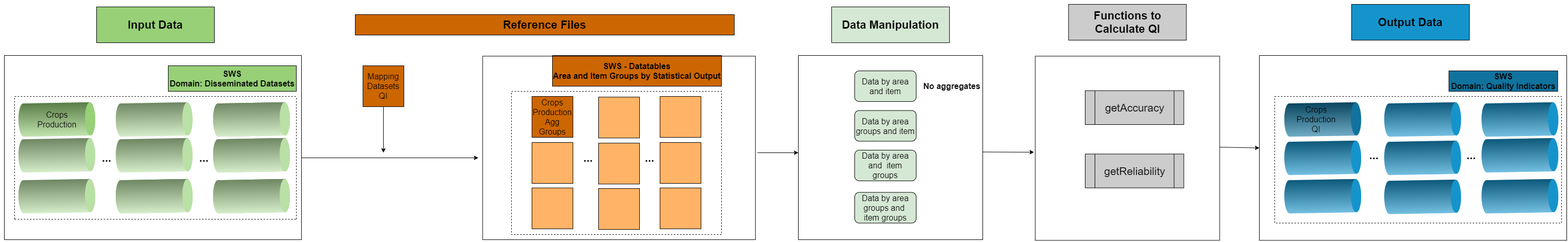
The draw.io diagram images/workflow_plugin_qi.png in SWS-Methodology/faoswsQualityIndicators, before a commit. Source tidied: cells renumbered, new cells last; positions are measured from the earlier drawing's top-left corner, leaving out a move shared by most shapes.
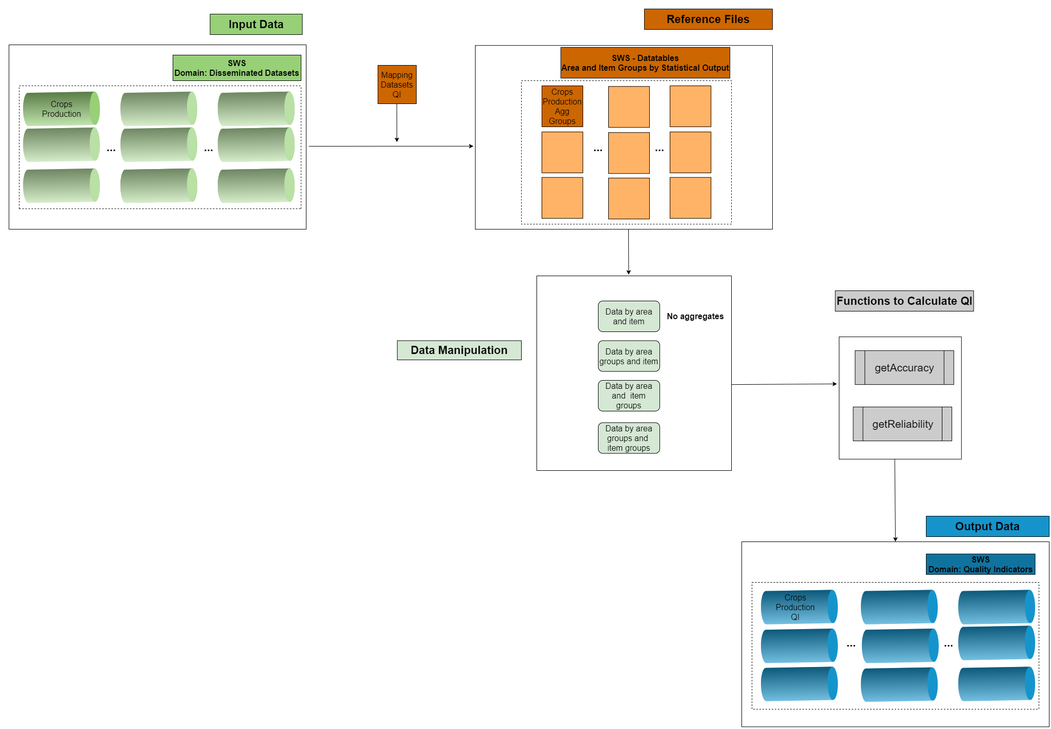
Above is the later version.

What changed in the source:
```diff
@@ -98,16 +98,16 @@
       <mxGeometry x="320" y="140" width="250" height="50" as="geometry" />
     </mxCell>
     <mxCell id="26" value="&lt;b style=&quot;font-size: 16px&quot;&gt;SWS - Datatables&lt;br&gt;Area and Item Groups by Statistical Output&lt;br&gt;&lt;/b&gt;" style="text;html=1;strokeColor=#000000;align=center;verticalAlign=middle;whiteSpace=wrap;rounded=0;fillColor=#CC6600;" parent="1" vertex="1">
-      <mxGeometry x="1070" y="120" width="330" height="60" as="geometry" />
+      <mxGeometry x="1076.9" y="125" width="330" height="60" as="geometry" />
     </mxCell>
     <mxCell id="27" style="rounded=0;whiteSpace=wrap;html=1;dashed=1;fillColor=none;" parent="1" vertex="1">
-      <mxGeometry x="990" y="190" width="410" height="280" as="geometry" />
+      <mxGeometry x="1000" y="190" width="410" height="280" as="geometry" />
     </mxCell>
     <mxCell id="28" value="&lt;b&gt;&lt;font style=&quot;font-size: 22px&quot;&gt;Input Data&lt;/font&gt;&lt;/b&gt;" style="rounded=0;whiteSpace=wrap;html=1;fillColor=#97D077;" parent="1" vertex="1">
-      <mxGeometry x="180" y="25" width="230" height="70" as="geometry" />
+      <mxGeometry x="392.5" y="60" width="180" height="40" as="geometry" />
     </mxCell>
     <mxCell id="29" value="&lt;font style=&quot;font-size: 16px&quot;&gt;Crops Production Agg Groups&lt;/font&gt;" style="whiteSpace=wrap;html=1;fillColor=#CC6600;" parent="1" vertex="1">
-      <mxGeometry x="1030" y="200" width="80" height="80" as="geometry" />
+      <mxGeometry x="1040" y="200" width="80" height="80" as="geometry" />
     </mxCell>
     <mxCell id="30" style="verticalLabelPosition=bottom;verticalAlign=top;html=1;shape=mxgraph.infographic.cylinder;strokeColor=none;rotation=89;fillColor=#B9E0A5;" parent="1" vertex="1">
       <mxGeometry x="450" y="170" width="65" height="150" as="geometry" />
@@ -122,155 +122,154 @@
       <mxGeometry x="260" y="320" width="65" height="150" as="geometry" />
     </mxCell>
     <mxCell id="34" value="&lt;font style=&quot;font-size: 22px&quot;&gt;&lt;b&gt;...&lt;/b&gt;&lt;/font&gt;" style="text;html=1;strokeColor=none;fillColor=none;align=center;verticalAlign=middle;whiteSpace=wrap;rounded=0;" parent="1" vertex="1">
-      <mxGeometry x="1120" y="310" width="40" height="20" as="geometry" />
+      <mxGeometry x="1130" y="310" width="40" height="20" as="geometry" />
     </mxCell>
     <mxCell id="35" value="&lt;font style=&quot;font-size: 22px&quot;&gt;&lt;b&gt;...&lt;/b&gt;&lt;/font&gt;" style="text;html=1;strokeColor=none;fillColor=none;align=center;verticalAlign=middle;whiteSpace=wrap;rounded=0;" parent="1" vertex="1">
-      <mxGeometry x="1240" y="310" width="40" height="20" as="geometry" />
+      <mxGeometry x="1250" y="310" width="40" height="20" as="geometry" />
     </mxCell>
     <mxCell id="36" style="rounded=0;whiteSpace=wrap;html=1;fillColor=none;" parent="1" vertex="1">
-      <mxGeometry x="933.8" y="121.2" width="532.5" height="358.8" as="geometry" />
+      <mxGeometry x="910" y="121.2" width="580" height="358.8" as="geometry" />
     </mxCell>
     <mxCell id="37" value="&lt;font style=&quot;font-size: 16px&quot;&gt;Mapping Datasets QI&lt;/font&gt;" style="whiteSpace=wrap;html=1;strokeWidth=1;fillColor=#CC6600;" parent="1" vertex="1">
-      <mxGeometry x="700" y="140" width="80" height="80" as="geometry" />
+      <mxGeometry x="720" y="160" width="75" height="75" as="geometry" />
     </mxCell>
-    <mxCell id="38" style="endArrow=classic;html=1;" parent="1" edge="1">
-      <mxGeometry relative="1" as="geometry">
-        <mxPoint x="740" y="220" as="sourcePoint" />
-        <mxPoint x="740" y="310" as="targetPoint" />
-      </mxGeometry>
-    </mxCell>
     <mxCell id="39" value="&lt;font style=&quot;font-size: 16px&quot;&gt;Data by area and item&lt;/font&gt;" style="rounded=1;whiteSpace=wrap;html=1;strokeColor=#000000;strokeWidth=1;fillColor=#D5E8D4;" parent="1" vertex="1">
-      <mxGeometry x="1660" y="150" width="120" height="60" as="geometry" />
+      <mxGeometry x="1150" y="620" width="120" height="60" as="geometry" />
     </mxCell>
     <mxCell id="40" value="&lt;font style=&quot;font-size: 16px&quot;&gt;Data by area groups and item&lt;/font&gt;" style="rounded=1;whiteSpace=wrap;html=1;strokeColor=#000000;strokeWidth=1;fillColor=#D5E8D4;" parent="1" vertex="1">
-      <mxGeometry x="1660" y="227.5" width="120" height="60" as="geometry" />
+      <mxGeometry x="1150" y="697.5" width="120" height="60" as="geometry" />
     </mxCell>
     <mxCell id="41" value="&lt;font style=&quot;font-size: 16px&quot;&gt;Data by area and&amp;nbsp; item groups&lt;/font&gt;" style="rounded=1;whiteSpace=wrap;html=1;strokeColor=#000000;strokeWidth=1;fillColor=#D5E8D4;" parent="1" vertex="1">
-      <mxGeometry x="1660" y="305" width="120" height="60" as="geometry" />
+      <mxGeometry x="1150" y="775" width="120" height="60" as="geometry" />
     </mxCell>
     <mxCell id="42" value="&lt;font style=&quot;font-size: 16px&quot;&gt;Data by area groups and&amp;nbsp; item groups&lt;/font&gt;" style="rounded=1;whiteSpace=wrap;html=1;strokeColor=#000000;strokeWidth=1;fillColor=#D5E8D4;" parent="1" vertex="1">
-      <mxGeometry x="1660" y="387.5" width="120" height="60" as="geometry" />
+      <mxGeometry x="1150" y="857.5" width="120" height="60" as="geometry" />
     </mxCell>
     <mxCell id="43" value="&lt;b&gt;No aggregates&lt;/b&gt;" style="text;html=1;strokeColor=none;fillColor=none;align=center;verticalAlign=middle;whiteSpace=wrap;rounded=0;fontSize=16;" parent="1" vertex="1">
-      <mxGeometry x="1780" y="160" width="140" height="40" as="geometry" />
+      <mxGeometry x="1270" y="630" width="140" height="40" as="geometry" />
     </mxCell>
-    <mxCell id="44" style="whiteSpace=wrap;html=1;strokeColor=#000000;strokeWidth=1;fillColor=none;" parent="1" vertex="1">
-      <mxGeometry x="1550" y="120" width="360" height="360" as="geometry" />
-    </mxCell>
-    <mxCell id="45" style="endArrow=classic;html=1;" parent="1" edge="1">
-      <mxGeometry relative="1" as="geometry">
-        <mxPoint x="1470" y="310" as="sourcePoint" />
-        <mxPoint x="1550" y="310" as="targetPoint" />
-      </mxGeometry>
-    </mxCell>
     <mxCell id="46" value="&lt;font style=&quot;font-size: 21px&quot;&gt;getAccuracy&lt;/font&gt;" style="shape=process;whiteSpace=wrap;html=1;backgroundOutline=1;strokeWidth=1;fillColor=#CCCCCC;" parent="1" vertex="1">
-      <mxGeometry x="2110" y="188.8" width="192.5" height="66.2" as="geometry" />
+      <mxGeometry x="1651.3" y="716.9" width="192.5" height="66.2" as="geometry" />
     </mxCell>
     <mxCell id="47" value="&lt;font style=&quot;font-size: 21px&quot;&gt;getReliability&lt;/font&gt;" style="shape=process;whiteSpace=wrap;html=1;backgroundOutline=1;strokeWidth=1;fillColor=#CCCCCC;" parent="1" vertex="1">
-      <mxGeometry x="2110" y="312.5" width="192.5" height="66.2" as="geometry" />
+      <mxGeometry x="1647.5" y="826.9" width="192.5" height="66.2" as="geometry" />
     </mxCell>
     <mxCell id="48" style="whiteSpace=wrap;html=1;strokeColor=#000000;strokeWidth=1;fillColor=none;" parent="1" vertex="1">
-      <mxGeometry x="2012.5" y="121.2" width="360" height="360" as="geometry" />
+      <mxGeometry x="1620" y="690" width="238.8" height="238.8" as="geometry" />
     </mxCell>
-    <mxCell id="49" style="endArrow=classic;html=1;" parent="1" edge="1">
-      <mxGeometry relative="1" as="geometry">
-        <mxPoint x="1910" y="308.6" as="sourcePoint" />
-        <mxPoint x="2010" y="309" as="targetPoint" />
-      </mxGeometry>
-    </mxCell>
-    <mxCell id="50" style="verticalLabelPosition=bottom;verticalAlign=top;html=1;shape=mxgraph.infographic.cylinder;strokeColor=none;rotation=89;fillColor=#1594CC;" parent="1" vertex="1">
-      <mxGeometry x="2541.2" y="245" width="65" height="150" as="geometry" />
-    </mxCell>
-    <mxCell id="51" style="verticalLabelPosition=bottom;verticalAlign=top;html=1;shape=mxgraph.infographic.cylinder;strokeColor=none;rotation=89;fillColor=#10739E;" parent="1" vertex="1">
-      <mxGeometry x="2541.2" y="170" width="65" height="150" as="geometry" />
-    </mxCell>
-    <mxCell id="52" style="verticalLabelPosition=bottom;verticalAlign=top;html=1;shape=mxgraph.infographic.cylinder;strokeColor=none;rotation=89;fillColor=#1594CC;" parent="1" vertex="1">
-      <mxGeometry x="2736.2" y="170" width="65" height="150" as="geometry" />
-    </mxCell>
-    <mxCell id="53" style="verticalLabelPosition=bottom;verticalAlign=top;html=1;shape=mxgraph.infographic.cylinder;strokeColor=none;rotation=89;fillColor=#1594CC;" parent="1" vertex="1">
-      <mxGeometry x="2736.2" y="245" width="65" height="150" as="geometry" />
-    </mxCell>
-    <mxCell id="54" value="&lt;font style=&quot;font-size: 16px&quot;&gt;Crops Production QI&lt;/font&gt;" style="text;html=1;strokeColor=none;fillColor=none;align=center;verticalAlign=middle;whiteSpace=wrap;rounded=0;" parent="1" vertex="1">
-      <mxGeometry x="2541.2" y="235" width="40" height="20" as="geometry" />
-    </mxCell>
     <mxCell id="55" style="rounded=0;whiteSpace=wrap;html=1;dashed=1;fillColor=none;" parent="1" vertex="1">
-      <mxGeometry x="2480" y="200" width="560" height="247.5" as="geometry" />
+      <mxGeometry x="1450" y="1169.4" width="560" height="247.5" as="geometry" />
     </mxCell>
-    <mxCell id="56" value="&lt;font style=&quot;font-size: 22px&quot;&gt;&lt;b&gt;...&lt;/b&gt;&lt;/font&gt;" style="text;html=1;strokeColor=none;fillColor=none;align=center;verticalAlign=middle;whiteSpace=wrap;rounded=0;" parent="1" vertex="1">
-      <mxGeometry x="2653.8" y="305" width="40" height="20" as="geometry" />
-    </mxCell>
     <mxCell id="57" value="&lt;font style=&quot;font-size: 22px&quot;&gt;&lt;b&gt;...&lt;/b&gt;&lt;/font&gt;" style="text;html=1;strokeColor=none;fillColor=none;align=center;verticalAlign=middle;whiteSpace=wrap;rounded=0;" parent="1" vertex="1">
-      <mxGeometry x="2843.8" y="305" width="40" height="20" as="geometry" />
+      <mxGeometry x="1823.8" y="1113.8" width="40" height="20" as="geometry" />
     </mxCell>
     <mxCell id="58" value="&lt;b style=&quot;font-size: 16px&quot;&gt;SWS&lt;br&gt;Domain: Quality Indicators&lt;/b&gt;" style="text;html=1;strokeColor=#000000;align=center;verticalAlign=middle;whiteSpace=wrap;rounded=0;fillColor=#10739E;" parent="1" vertex="1">
-      <mxGeometry x="2820" y="150" width="212.5" height="40" as="geometry" />
+      <mxGeometry x="1790" y="1113.8" width="212.5" height="40" as="geometry" />
     </mxCell>
-    <mxCell id="59" style="verticalLabelPosition=bottom;verticalAlign=top;html=1;shape=mxgraph.infographic.cylinder;strokeColor=none;rotation=89;fillColor=#1594CC;" parent="1" vertex="1">
-      <mxGeometry x="2926.2" y="170" width="65" height="150" as="geometry" />
-    </mxCell>
     <mxCell id="60" style="verticalLabelPosition=bottom;verticalAlign=top;html=1;shape=mxgraph.infographic.cylinder;strokeColor=none;rotation=89;fillColor=#1594CC;" parent="1" vertex="1">
-      <mxGeometry x="2926.2" y="240" width="65" height="150" as="geometry" />
+      <mxGeometry x="1895" y="1212.5" width="65" height="150" as="geometry" />
     </mxCell>
     <mxCell id="61" style="verticalLabelPosition=bottom;verticalAlign=top;html=1;shape=mxgraph.infographic.cylinder;strokeColor=none;rotation=89;fillColor=#1594CC;" parent="1" vertex="1">
-      <mxGeometry x="2926.2" y="320" width="65" height="150" as="geometry" />
+      <mxGeometry x="1895" y="1292.5" width="65" height="150" as="geometry" />
     </mxCell>
     <mxCell id="62" style="rounded=0;whiteSpace=wrap;html=1;fillColor=none;" parent="1" vertex="1">
-      <mxGeometry x="2450" y="120" width="600" height="361.2" as="geometry" />
+      <mxGeometry x="1430" y="1090" width="600" height="361.2" as="geometry" />
     </mxCell>
     <mxCell id="63" style="rounded=0;whiteSpace=wrap;html=1;fillColor=none;" parent="1" vertex="1">
       <mxGeometry y="120" width="580" height="360" as="geometry" />
     </mxCell>
     <mxCell id="64" style="whiteSpace=wrap;html=1;fillColor=#FFB366;" parent="1" vertex="1">
-      <mxGeometry x="1030" y="290" width="80" height="80" as="geometry" />
+      <mxGeometry x="1040" y="290" width="80" height="80" as="geometry" />
     </mxCell>
     <mxCell id="65" style="whiteSpace=wrap;html=1;fillColor=#FFB366;" parent="1" vertex="1">
-      <mxGeometry x="1030" y="378.8" width="80" height="80" as="geometry" />
+      <mxGeometry x="1040" y="378.8" width="80" height="80" as="geometry" />
     </mxCell>
     <mxCell id="66" style="whiteSpace=wrap;html=1;fillColor=#FFB366;" parent="1" vertex="1">
-      <mxGeometry x="1160" y="201.2" width="80" height="80" as="geometry" />
+      <mxGeometry x="1170" y="201.2" width="80" height="80" as="geometry" />
     </mxCell>
     <mxCell id="67" style="whiteSpace=wrap;html=1;fillColor=#FFB366;" parent="1" vertex="1">
-      <mxGeometry x="1160" y="291.2" width="80" height="80" as="geometry" />
+      <mxGeometry x="1170" y="291.2" width="80" height="80" as="geometry" />
     </mxCell>
     <mxCell id="68" style="whiteSpace=wrap;html=1;fillColor=#FFB366;" parent="1" vertex="1">
-      <mxGeometry x="1160" y="380" width="80" height="80" as="geometry" />
+      <mxGeometry x="1170" y="380" width="80" height="80" as="geometry" />
     </mxCell>
     <mxCell id="69" style="whiteSpace=wrap;html=1;fillColor=#FFB366;" parent="1" vertex="1">
-      <mxGeometry x="1280" y="200" width="80" height="80" as="geometry" />
+      <mxGeometry x="1290" y="200" width="80" height="80" as="geometry" />
     </mxCell>
     <mxCell id="70" style="whiteSpace=wrap;html=1;fillColor=#FFB366;" parent="1" vertex="1">
-      <mxGeometry x="1280" y="290" width="80" height="80" as="geometry" />
+      <mxGeometry x="1290" y="290" width="80" height="80" as="geometry" />
     </mxCell>
     <mxCell id="71" style="whiteSpace=wrap;html=1;fillColor=#FFB366;" parent="1" vertex="1">
-      <mxGeometry x="1280" y="378.8" width="80" height="80" as="geometry" />
+      <mxGeometry x="1290" y="378.8" width="80" height="80" as="geometry" />
     </mxCell>
-    <mxCell id="72" style="endArrow=classic;html=1;entryX=-0.016;entryY=0.554;entryDx=0;entryDy=0;entryPerimeter=0;" parent="1" edge="1" target="36">
-      <mxGeometry relative="1" as="geometry">
-        <mxPoint x="580" y="320" as="sourcePoint" />
-      </mxGeometry>
-    </mxCell>
     <mxCell id="73" style="verticalLabelPosition=bottom;verticalAlign=top;html=1;shape=mxgraph.infographic.cylinder;strokeColor=none;rotation=89;fillColor=#1594CC;" parent="1" vertex="1">
-      <mxGeometry x="2541.2" y="320" width="65" height="150" as="geometry" />
+      <mxGeometry x="1510" y="1142.5" width="65" height="150" as="geometry" />
     </mxCell>
     <mxCell id="74" style="verticalLabelPosition=bottom;verticalAlign=top;html=1;shape=mxgraph.infographic.cylinder;strokeColor=none;rotation=89;fillColor=#1594CC;" parent="1" vertex="1">
-      <mxGeometry x="2736.2" y="321.2" width="65" height="150" as="geometry" />
+      <mxGeometry x="1705" y="1293.8" width="65" height="150" as="geometry" />
     </mxCell>
     <mxCell id="75" value="&lt;b&gt;&lt;font style=&quot;font-size: 22px&quot;&gt;Reference Files&lt;/font&gt;&lt;/b&gt;" style="rounded=0;whiteSpace=wrap;html=1;fillColor=#CC6600;" parent="1" vertex="1">
-      <mxGeometry x="685" y="40" width="740" height="40" as="geometry" />
+      <mxGeometry x="1240" y="50" width="250" height="40" as="geometry" />
     </mxCell>
+    <mxCell id="78" value="&lt;span style=&quot;font-size: 22px&quot;&gt;&lt;b&gt;Output Data&lt;/b&gt;&lt;/span&gt;" style="rounded=0;whiteSpace=wrap;html=1;fillColor=#1594CC;" parent="1" vertex="1">
+      <mxGeometry x="1790" y="1040" width="240" height="40" as="geometry" />
+    </mxCell>
     <mxCell id="76" value="&lt;b&gt;&lt;font style=&quot;font-size: 22px&quot;&gt;Data Manipulation&lt;/font&gt;&lt;/b&gt;" style="rounded=0;whiteSpace=wrap;html=1;fillColor=#D5E8D4;" parent="1" vertex="1">
-      <mxGeometry x="1615" y="25" width="230" height="70" as="geometry" />
+      <mxGeometry x="757.8" y="697.5" width="242.2" height="37.5" as="geometry" />
     </mxCell>
     <mxCell id="77" value="&lt;b&gt;&lt;font style=&quot;font-size: 22px&quot;&gt;Functions to Calculate QI&lt;/font&gt;&lt;/b&gt;" style="rounded=0;whiteSpace=wrap;html=1;fillColor=#CCCCCC;" parent="1" vertex="1">
-      <mxGeometry x="2077.5" y="20" width="230" height="70" as="geometry" />
+      <mxGeometry x="1612.5" y="600" width="270" height="40" as="geometry" />
     </mxCell>
-    <mxCell id="78" value="&lt;span style=&quot;font-size: 22px&quot;&gt;&lt;b&gt;Output Data&lt;/b&gt;&lt;/span&gt;" style="rounded=0;whiteSpace=wrap;html=1;fillColor=#1594CC;" parent="1" vertex="1">
-      <mxGeometry x="2630" y="20" width="230" height="70" as="geometry" />
-    </mxCell>
-    <mxCell id="79" style="endArrow=classic;html=1;fontSize=16;entryX=0;entryY=0.5;entryDx=0;entryDy=0;" parent="1" edge="1" target="62">
-      <mxGeometry relative="1" as="geometry">
-        <mxPoint x="2372.5" y="299.2" as="sourcePoint" />
-      </mxGeometry>
-    </mxCell>
+    <mxCell id="80" style="endArrow=classic;html=1;" parent="1" edge="1">
+      <mxGeometry relative="1" as="geometry">
+        <mxPoint x="756.9" y="235" as="sourcePoint" />
+        <mxPoint x="757" y="310" as="targetPoint" />
+      </mxGeometry>
+    </mxCell>
+    <mxCell id="81" style="whiteSpace=wrap;html=1;fillColor=none;" parent="1" vertex="1">
+      <mxGeometry x="1030" y="571" width="380" height="380" as="geometry" />
+    </mxCell>
+    <mxCell id="82" style="endArrow=classic;html=1;entryX=0.472;entryY=-0.006;entryDx=0;entryDy=0;entryPerimeter=0;" parent="1" edge="1" target="81">
+      <mxGeometry relative="1" as="geometry">
+        <mxPoint x="1209" y="480" as="sourcePoint" />
+      </mxGeometry>
+    </mxCell>
+    <mxCell id="83" style="endArrow=classic;html=1;entryX=-0.006;entryY=0.548;entryDx=0;entryDy=0;exitX=1.009;exitY=0.55;exitDx=0;exitDy=0;exitPerimeter=0;entryPerimeter=0;" parent="1" edge="1" source="63" target="36">
+      <mxGeometry relative="1" as="geometry" />
+    </mxCell>
+    <mxCell id="84" style="verticalLabelPosition=bottom;verticalAlign=top;html=1;shape=mxgraph.infographic.cylinder;strokeColor=none;rotation=89;fillColor=#1594CC;" parent="1" vertex="1">
+      <mxGeometry x="1706.9" y="1218.1" width="65" height="150" as="geometry" />
+    </mxCell>
+    <mxCell id="85" style="endArrow=classic;html=1;entryX=0.5;entryY=0;entryDx=0;entryDy=0;" parent="1" edge="1" target="62">
+      <mxGeometry relative="1" as="geometry">
+        <mxPoint x="1728.6" y="928.8" as="sourcePoint" />
+      </mxGeometry>
+    </mxCell>
+    <mxCell id="86" value="&lt;font style=&quot;font-size: 22px&quot;&gt;&lt;b&gt;...&lt;/b&gt;&lt;/font&gt;" style="text;html=1;strokeColor=none;fillColor=none;align=center;verticalAlign=middle;whiteSpace=wrap;rounded=0;" parent="1" vertex="1">
+      <mxGeometry x="1623.8" y="1276.5" width="40" height="20" as="geometry" />
+    </mxCell>
+    <mxCell id="87" value="&lt;font style=&quot;font-size: 22px&quot;&gt;&lt;b&gt;...&lt;/b&gt;&lt;/font&gt;" style="text;html=1;strokeColor=none;fillColor=none;align=center;verticalAlign=middle;whiteSpace=wrap;rounded=0;" parent="1" vertex="1">
+      <mxGeometry x="1813.8" y="1276.5" width="40" height="20" as="geometry" />
+    </mxCell>
+    <mxCell id="88" style="verticalLabelPosition=bottom;verticalAlign=top;html=1;shape=mxgraph.infographic.cylinder;strokeColor=none;rotation=89;fillColor=#1594CC;" parent="1" vertex="1">
+      <mxGeometry x="1895" y="1142.5" width="65" height="150" as="geometry" />
+    </mxCell>
+    <mxCell id="89" style="verticalLabelPosition=bottom;verticalAlign=top;html=1;shape=mxgraph.infographic.cylinder;strokeColor=none;rotation=89;fillColor=#1594CC;" parent="1" vertex="1">
+      <mxGeometry x="1705" y="1142.5" width="65" height="150" as="geometry" />
+    </mxCell>
+    <mxCell id="54" value="&lt;font style=&quot;font-size: 16px&quot;&gt;Crops Production QI&lt;/font&gt;" style="text;html=1;strokeColor=none;fillColor=none;align=center;verticalAlign=middle;whiteSpace=wrap;rounded=0;" parent="1" vertex="1">
+      <mxGeometry x="1515" y="1207.5" width="40" height="20" as="geometry" />
+    </mxCell>
+    <mxCell id="90" style="verticalLabelPosition=bottom;verticalAlign=top;html=1;shape=mxgraph.infographic.cylinder;strokeColor=none;rotation=89;fillColor=#1594CC;" parent="1" vertex="1">
+      <mxGeometry x="1510" y="1218.1" width="65" height="150" as="geometry" />
+    </mxCell>
+    <mxCell id="91" style="verticalLabelPosition=bottom;verticalAlign=top;html=1;shape=mxgraph.infographic.cylinder;strokeColor=none;rotation=89;fillColor=#1594CC;" parent="1" vertex="1">
+      <mxGeometry x="1510" y="1292.5" width="65" height="150" as="geometry" />
+    </mxCell>
+    <mxCell id="92" style="endArrow=classic;html=1;entryX=-0.017;entryY=0.385;entryDx=0;entryDy=0;entryPerimeter=0;" parent="1" edge="1" target="48">
+      <mxGeometry relative="1" as="geometry">
+        <mxPoint x="1410" y="783.1" as="sourcePoint" />
+      </mxGeometry>
+    </mxCell>
   </root>
 </mxGraphModel>
```
